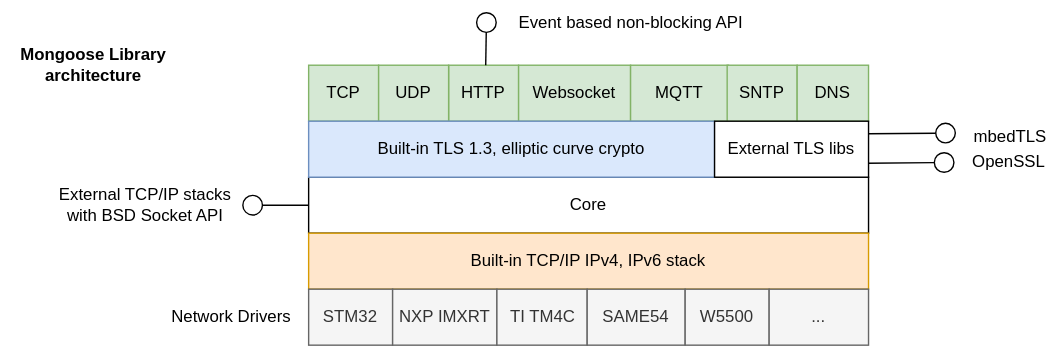
cpq/embedded-network-programming-guide keeps this draw.io diagram as media/mongoose.svg. Above is the earlier version. Source tidied: cells renumbered, new cells last; positions are measured from the earlier drawing's top-left corner, leaving out a move shared by most shapes.
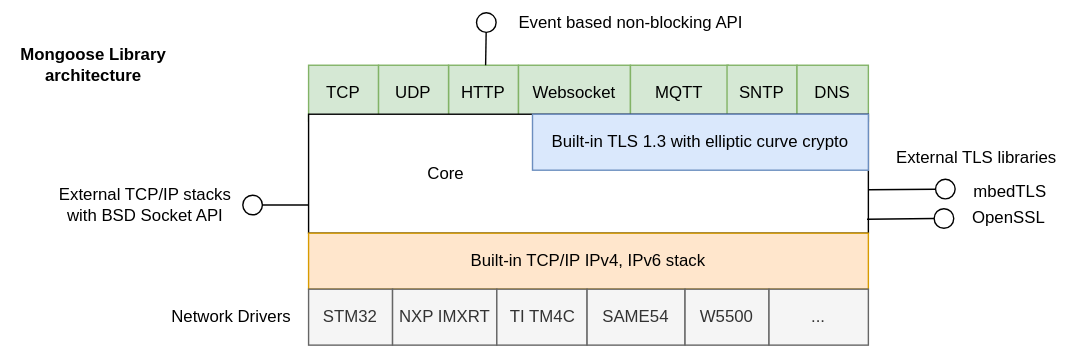
After the commit.

Diff of the diagram source:
```diff
@@ -23,12 +23,13 @@
     <mxCell id="8" value="&lt;div style=&quot;&quot;&gt;&lt;span style=&quot;background-color: initial;&quot;&gt;UDP&lt;/span&gt;&lt;/div&gt;" style="rounded=0;whiteSpace=wrap;html=1;fillColor=#d5e8d4;strokeColor=#82b366;align=center;" parent="1" vertex="1">
       <mxGeometry x="270" y="45" width="50" height="40" as="geometry" />
     </mxCell>
-    <mxCell id="9" value="Core" style="rounded=0;whiteSpace=wrap;html=1;" parent="1" vertex="1">
-      <mxGeometry x="220" y="125" width="400" height="40" as="geometry" />
+    <mxCell id="9" value="Core&amp;nbsp; &amp;nbsp; &amp;nbsp; &amp;nbsp; &amp;nbsp; &amp;nbsp; &amp;nbsp; &amp;nbsp; &amp;nbsp; &amp;nbsp; &amp;nbsp; &amp;nbsp; &amp;nbsp; &amp;nbsp; &amp;nbsp; &amp;nbsp; &amp;nbsp; &amp;nbsp; &amp;nbsp; &amp;nbsp; &amp;nbsp; &amp;nbsp; &amp;nbsp; &amp;nbsp; &amp;nbsp; &amp;nbsp; &amp;nbsp; &amp;nbsp; &amp;nbsp; &amp;nbsp; &amp;nbsp;" style="rounded=0;whiteSpace=wrap;html=1;" parent="1" vertex="1">
+      <mxGeometry x="220" y="80" width="400" height="85" as="geometry" />
     </mxCell>
-    <mxCell id="10" style="endArrow=none;html=1;rounded=0;entryX=0;entryY=0.5;entryDx=0;entryDy=0;startArrow=oval;startFill=0;targetPerimeterSpacing=0;sourcePerimeterSpacing=0;startSize=14;" parent="1" edge="1" target="9">
+    <mxCell id="10" style="endArrow=none;html=1;rounded=0;startArrow=oval;startFill=0;targetPerimeterSpacing=0;sourcePerimeterSpacing=0;startSize=14;" parent="1" edge="1">
       <mxGeometry relative="1" as="geometry">
-        <mxPoint x="180" y="145" as="sourcePoint" />
+        <mxPoint x="180" y="144.8" as="sourcePoint" />
+        <mxPoint x="220" y="144.8" as="targetPoint" />
       </mxGeometry>
     </mxCell>
     <mxCell id="11" value="External TCP/IP stacks with BSD Socket API" style="text;html=1;strokeColor=none;fillColor=none;align=center;verticalAlign=middle;whiteSpace=wrap;rounded=0;" parent="1" vertex="1">
@@ -58,26 +59,26 @@
     <mxCell id="19" value="Network Drivers" style="text;html=1;strokeColor=none;fillColor=none;align=center;verticalAlign=middle;whiteSpace=wrap;rounded=0;" parent="1" vertex="1">
       <mxGeometry x="120" y="210" width="90" height="30" as="geometry" />
     </mxCell>
-    <mxCell id="20" value="Built-in TLS 1.3, elliptic curve crypto" style="rounded=0;whiteSpace=wrap;html=1;fillColor=#dae8fc;strokeColor=#6c8ebf;" parent="1" vertex="1">
-      <mxGeometry x="220" y="85" width="290" height="40" as="geometry" />
+    <mxCell id="20" value="Built-in TLS 1.3 with elliptic curve crypto" style="rounded=0;whiteSpace=wrap;html=1;fillColor=#dae8fc;strokeColor=#6c8ebf;" parent="1" vertex="1">
+      <mxGeometry x="380" y="80" width="240" height="40" as="geometry" />
     </mxCell>
     <mxCell id="21" style="endArrow=none;html=1;rounded=0;entryX=1;entryY=0.5;entryDx=0;entryDy=0;startArrow=oval;startFill=0;targetPerimeterSpacing=0;sourcePerimeterSpacing=0;startSize=14;" parent="1" edge="1">
       <mxGeometry relative="1" as="geometry">
-        <mxPoint x="675" y="93.5" as="sourcePoint" />
-        <mxPoint x="620" y="94" as="targetPoint" />
+        <mxPoint x="675" y="133.5" as="sourcePoint" />
+        <mxPoint x="620" y="134" as="targetPoint" />
       </mxGeometry>
     </mxCell>
     <mxCell id="22" value="mbedTLS" style="text;html=1;strokeColor=none;fillColor=none;align=center;verticalAlign=middle;whiteSpace=wrap;rounded=0;" parent="1" vertex="1">
-      <mxGeometry x="685" y="81" width="73" height="30" as="geometry" />
+      <mxGeometry x="685" y="121" width="73" height="30" as="geometry" />
     </mxCell>
     <mxCell id="23" style="endArrow=none;html=1;rounded=0;entryX=1;entryY=0.5;entryDx=0;entryDy=0;startArrow=oval;startFill=0;targetPerimeterSpacing=0;sourcePerimeterSpacing=0;startSize=14;" parent="1" edge="1">
       <mxGeometry relative="1" as="geometry">
-        <mxPoint x="674" y="114.5" as="sourcePoint" />
-        <mxPoint x="619" y="115" as="targetPoint" />
+        <mxPoint x="674" y="154.5" as="sourcePoint" />
+        <mxPoint x="619" y="155" as="targetPoint" />
       </mxGeometry>
     </mxCell>
     <mxCell id="24" value="OpenSSL" style="text;html=1;strokeColor=none;fillColor=none;align=center;verticalAlign=middle;whiteSpace=wrap;rounded=0;" parent="1" vertex="1">
-      <mxGeometry x="684" y="99" width="73" height="30" as="geometry" />
+      <mxGeometry x="684" y="139" width="73" height="30" as="geometry" />
     </mxCell>
     <mxCell id="25" style="endArrow=none;html=1;rounded=0;entryX=1;entryY=0.5;entryDx=0;entryDy=0;startArrow=oval;startFill=0;targetPerimeterSpacing=0;sourcePerimeterSpacing=0;startSize=14;" parent="1" edge="1">
       <mxGeometry relative="1" as="geometry">
@@ -88,11 +89,11 @@
     <mxCell id="26" value="Event based non-blocking API" style="text;html=1;strokeColor=none;fillColor=none;align=center;verticalAlign=middle;whiteSpace=wrap;rounded=0;" parent="1" vertex="1">
       <mxGeometry x="357.5" width="184.5" height="30" as="geometry" />
     </mxCell>
-    <mxCell id="27" value="External TLS libs" style="rounded=0;whiteSpace=wrap;html=1;" parent="1" vertex="1">
-      <mxGeometry x="510" y="85" width="110" height="40" as="geometry" />
-    </mxCell>
     <mxCell id="28" value="Mongoose Library&lt;br&gt;architecture" style="text;html=1;strokeColor=none;fillColor=none;align=center;verticalAlign=middle;whiteSpace=wrap;rounded=0;fontStyle=1;" parent="1" vertex="1">
       <mxGeometry y="30" width="132.8" height="30" as="geometry" />
     </mxCell>
+    <mxCell id="29" value="External TLS libraries" style="text;html=1;strokeColor=none;fillColor=none;align=center;verticalAlign=middle;whiteSpace=wrap;rounded=0;" parent="1" vertex="1">
+      <mxGeometry x="634" y="96" width="127" height="30" as="geometry" />
+    </mxCell>
   </root>
 </mxGraphModel>
```
